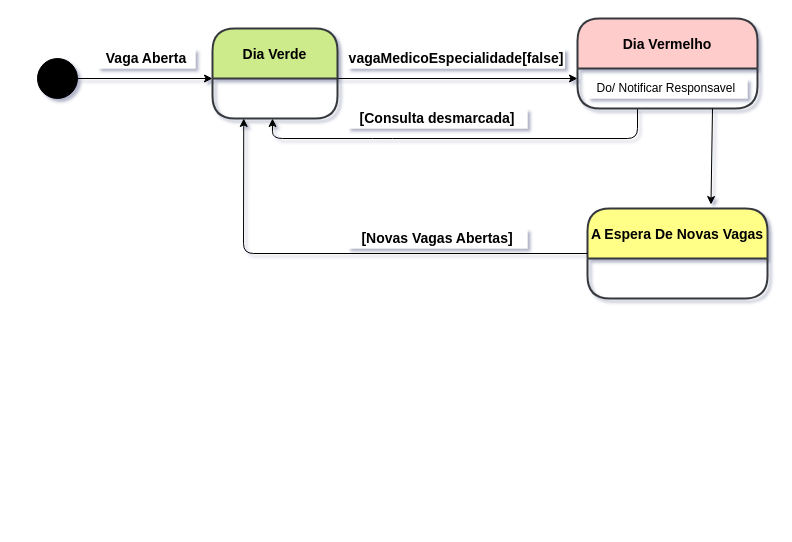
Before: DiagramaDeEstados-CoresDoCalendario.drawio in getSierralta/Si-Centro-Hospitalar-Upskill, a draw.io diagram. Source tidied: cells renumbered, new cells numbered last; positions are measured from the earlier drawing's top-left corner, leaving out a move shared by most shapes. Both pictures are drawn from the tidied source at 100%, with x=0, y=0 at pixel (37, 18).
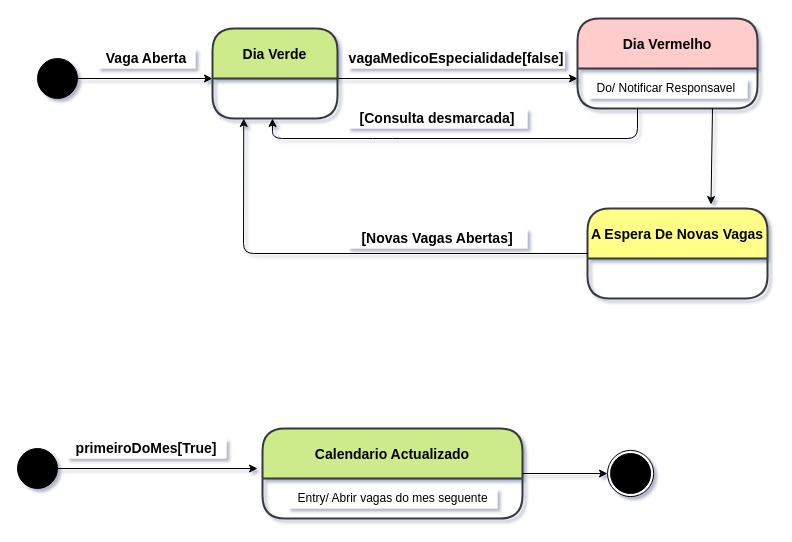
The same page after the edit.

Diff of the diagram source:
```diff
@@
+    <mxCell id="16" style="ellipse;whiteSpace=wrap;html=1;fillColor=#000000;" parent="1" vertex="1">
+      <mxGeometry x="-20" y="430" width="40" height="40" as="geometry" />
+    </mxCell>
+    <mxCell id="17" style="endArrow=classic;html=1;exitX=1;exitY=0.5;exitDx=0;exitDy=0;" parent="1" edge="1" source="16">
+      <mxGeometry relative="1" as="geometry">
+        <mxPoint x="220" y="450" as="targetPoint" />
+      </mxGeometry>
+    </mxCell>
+    <mxCell id="18" value="&lt;span style=&quot;font-size: 14px&quot;&gt;&lt;b&gt;primeiroDoMes[True]&lt;/b&gt;&lt;/span&gt;" style="text;html=1;strokeColor=none;align=center;verticalAlign=middle;whiteSpace=wrap;rounded=0;fillColor=#ffffff;" parent="1" vertex="1">
+      <mxGeometry x="29" y="420" width="160" height="20" as="geometry" />
+    </mxCell>
+    <mxCell id="19" value="Calendario Actualizado" style="swimlane;horizontal=1;startSize=50;rounded=1;fontSize=14;fontStyle=1;strokeWidth=2;shadow=0;dashed=0;align=center;fillColor=#cdeb8b;strokeColor=#36393d;" parent="1" vertex="1">
+      <mxGeometry x="225" y="410" width="260" height="90" as="geometry" />
+    </mxCell>
+    <mxCell id="20" value="Entry/ Abrir vagas do mes seguente" style="text;html=1;align=center;verticalAlign=middle;fillColor=#ffffff;" parent="1" vertex="1">
+      <mxGeometry x="250" y="470" width="210" height="20" as="geometry" />
+    </mxCell>
+    <mxCell id="21" style="endArrow=classic;html=1;exitX=1;exitY=0.5;exitDx=0;exitDy=0;" parent="1" edge="1" source="19" target="22">
+      <mxGeometry relative="1" as="geometry" />
+    </mxCell>
+    <mxCell id="22" style="ellipse;whiteSpace=wrap;html=1;" parent="1" vertex="1">
+      <mxGeometry x="570" y="431.9" width="46.2" height="46.2" as="geometry" />
+    </mxCell>
+    <mxCell id="23" style="ellipse;whiteSpace=wrap;html=1;fillColor=#000000;" parent="1" vertex="1">
+      <mxGeometry x="573.1" y="435" width="40" height="40" as="geometry" />
+    </mxCell>
```
